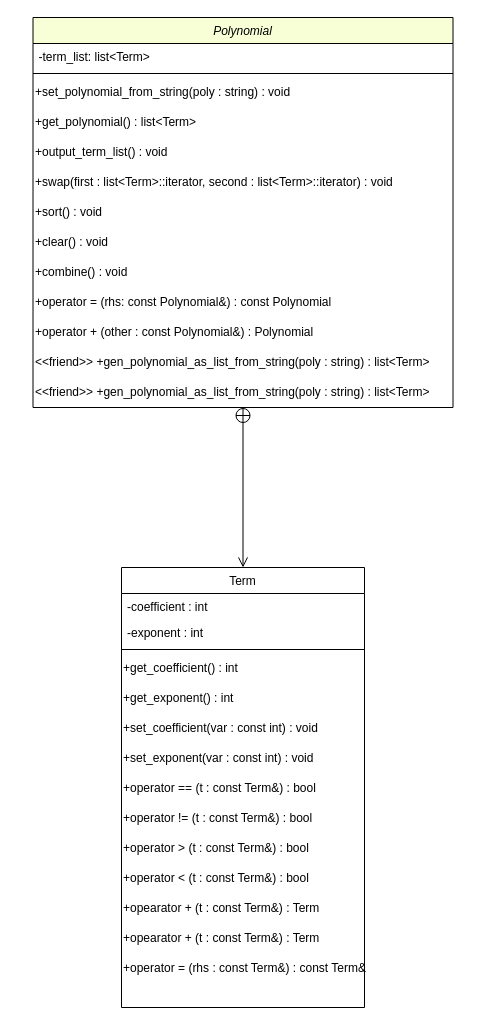
Before: Copy_Project_1b_UML_Diagram.drawio in ev248274/Team-Project-1, a draw.io diagram. Source tidied: cells renumbered, new cells numbered last; positions are measured from the earlier drawing's top-left corner, leaving out a move shared by most shapes. Both pictures are drawn from the tidied source at 100%, with x=0, y=0 at pixel (32, 17).
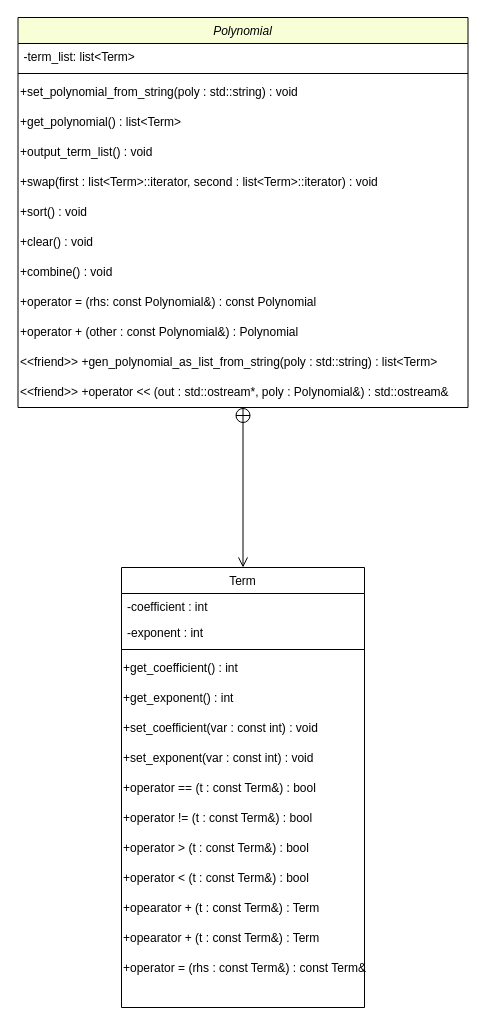
The same diagram, later.

What changed in the source:
```diff
@@
     <mxCell id="2" value="Polynomial" style="swimlane;fontStyle=2;align=center;verticalAlign=top;horizontal=1;startSize=26;rounded=0;shadow=0;strokeWidth=1;fillColor=#F8FFD6;strokeColor=#000000;" parent="1" vertex="1">
-      <mxGeometry x="0.5" width="420" height="390" as="geometry" />
+      <mxGeometry x="-14.5" width="450" height="390" as="geometry" />
     </mxCell>
     <mxCell id="3" value="-term_list: list&lt;Term&gt;" style="text;align=left;verticalAlign=top;spacingLeft=4;spacingRight=4;overflow=hidden;strokeColor=none;" parent="2" vertex="1">
-      <mxGeometry y="26" width="420" height="26" as="geometry" />
+      <mxGeometry y="26" width="450" height="26" as="geometry" />
     </mxCell>
     <mxCell id="4" style="line;html=1;strokeWidth=1;align=left;verticalAlign=middle;spacingTop=-1;spacingLeft=3;spacingRight=3;labelPosition=right;" parent="2" vertex="1">
-      <mxGeometry y="52" width="420" height="8" as="geometry" />
+      <mxGeometry y="52" width="450" height="8" as="geometry" />
     </mxCell>
-    <mxCell id="5" value="+set_polynomial_from_string(poly : string) : void" style="text;html=1;align=left;verticalAlign=middle;strokeColor=none;fillColor=none;" parent="2" vertex="1">
-      <mxGeometry y="60" width="420" height="30" as="geometry" />
+    <mxCell id="5" value="+set_polynomial_from_string(poly : std::string) : void" style="text;html=1;align=left;verticalAlign=middle;strokeColor=none;fillColor=none;" parent="2" vertex="1">
+      <mxGeometry y="60" width="450" height="30" as="geometry" />
     </mxCell>
     <mxCell id="6" value="+get_polynomial() : list&amp;lt;Term&amp;gt;" style="text;html=1;align=left;verticalAlign=middle;strokeColor=none;fillColor=none;" parent="2" vertex="1">
-      <mxGeometry y="90" width="420" height="30" as="geometry" />
+      <mxGeometry y="90" width="450" height="30" as="geometry" />
     </mxCell>
     <mxCell id="7" value="+output_term_list() : void" style="text;html=1;align=left;verticalAlign=middle;strokeColor=none;fillColor=none;" parent="2" vertex="1">
-      <mxGeometry y="120" width="420" height="30" as="geometry" />
+      <mxGeometry y="120" width="450" height="30" as="geometry" />
     </mxCell>
     <mxCell id="8" value="+swap(first : list&amp;lt;Term&amp;gt;::iterator, second : list&amp;lt;Term&amp;gt;::iterator) : void" style="text;html=1;align=left;verticalAlign=middle;strokeColor=none;fillColor=none;" parent="2" vertex="1">
-      <mxGeometry y="150" width="420" height="30" as="geometry" />
+      <mxGeometry y="150" width="450" height="30" as="geometry" />
     </mxCell>
     <mxCell id="9" value="+sort() : void" style="text;html=1;align=left;verticalAlign=middle;strokeColor=none;fillColor=none;" parent="2" vertex="1">
-      <mxGeometry y="180" width="420" height="30" as="geometry" />
+      <mxGeometry y="180" width="450" height="30" as="geometry" />
     </mxCell>
     <mxCell id="10" value="+clear() : void" style="text;html=1;align=left;verticalAlign=middle;strokeColor=none;fillColor=none;" parent="2" vertex="1">
-      <mxGeometry y="210" width="420" height="30" as="geometry" />
+      <mxGeometry y="210" width="450" height="30" as="geometry" />
     </mxCell>
     <mxCell id="11" value="+combine() : void" style="text;html=1;align=left;verticalAlign=middle;strokeColor=none;fillColor=none;" parent="2" vertex="1">
-      <mxGeometry y="240" width="420" height="30" as="geometry" />
+      <mxGeometry y="240" width="450" height="30" as="geometry" />
     </mxCell>
     <mxCell id="12" value="+operator = (rhs: const Polynomial&amp;amp;) : const Polynomial" style="text;html=1;align=left;verticalAlign=middle;strokeColor=none;fillColor=none;" parent="2" vertex="1">
-      <mxGeometry y="270" width="420" height="30" as="geometry" />
+      <mxGeometry y="270" width="450" height="30" as="geometry" />
     </mxCell>
     <mxCell id="13" value="+operator + (other : const Polynomial&amp;amp;) : Polynomial" style="text;html=1;align=left;verticalAlign=middle;strokeColor=none;fillColor=none;" parent="2" vertex="1">
-      <mxGeometry y="300" width="420" height="30" as="geometry" />
+      <mxGeometry y="300" width="450" height="30" as="geometry" />
     </mxCell>
-    <mxCell id="14" value="&amp;lt;&amp;lt;friend&amp;gt;&amp;gt; +gen_polynomial_as_list_from_string(poly : string) : list&amp;lt;Term&amp;gt;" style="text;html=1;align=left;verticalAlign=middle;strokeColor=none;fillColor=none;" parent="2" vertex="1">
-      <mxGeometry y="330" width="420" height="30" as="geometry" />
+    <mxCell id="14" value="&amp;lt;&amp;lt;friend&amp;gt;&amp;gt; +gen_polynomial_as_list_from_string(poly : std::string) : list&amp;lt;Term&amp;gt;" style="text;html=1;align=left;verticalAlign=middle;strokeColor=none;fillColor=none;" parent="2" vertex="1">
+      <mxGeometry y="330" width="450" height="30" as="geometry" />
     </mxCell>
-    <mxCell id="15" value="&amp;lt;&amp;lt;friend&amp;gt;&amp;gt; +gen_polynomial_as_list_from_string(poly : string) : list&amp;lt;Term&amp;gt;" style="text;html=1;align=left;verticalAlign=middle;strokeColor=none;fillColor=none;" parent="2" vertex="1">
-      <mxGeometry y="360" width="420" height="30" as="geometry" />
+    <mxCell id="15" value="&amp;lt;&amp;lt;friend&amp;gt;&amp;gt; +operator &amp;lt;&amp;lt; (out : std::ostream*, poly : Polynomial&amp;amp;) : std::ostream&amp;amp;" style="text;html=1;align=left;verticalAlign=middle;strokeColor=none;fillColor=none;" parent="2" vertex="1">
+      <mxGeometry y="360" width="450" height="30" as="geometry" />
     </mxCell>
```
